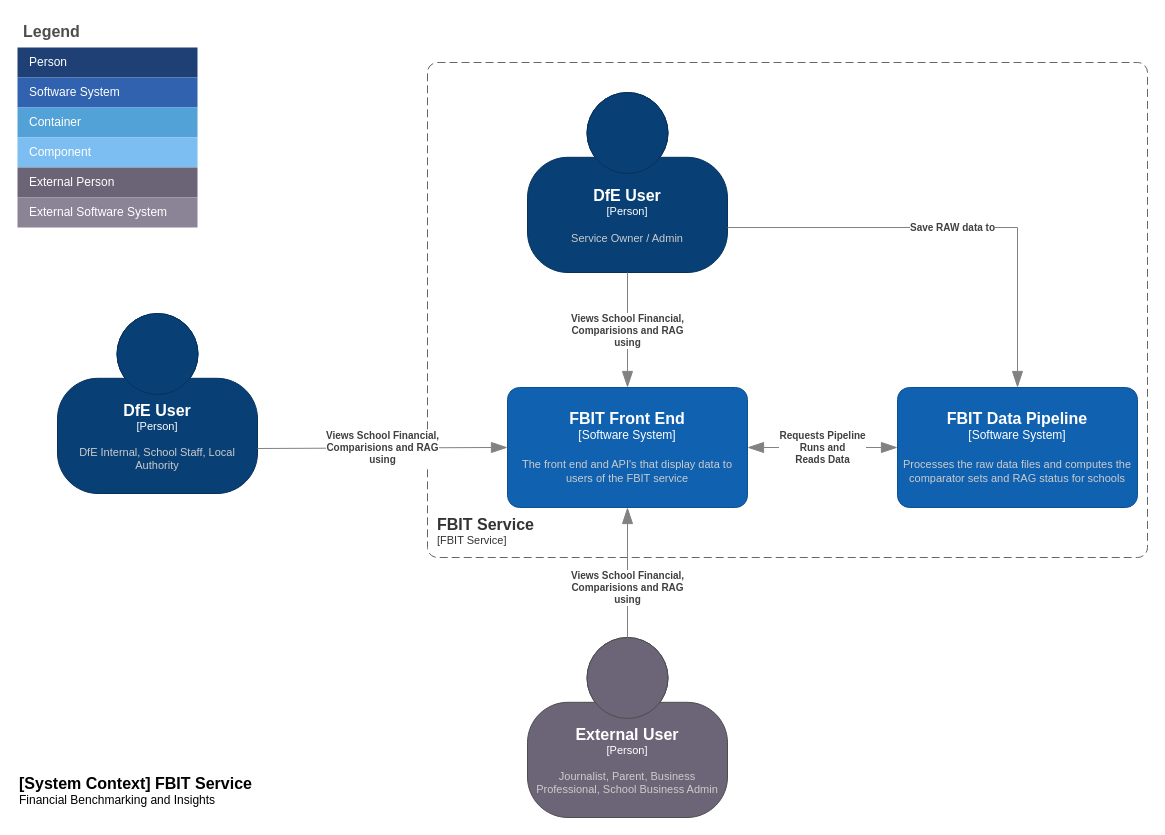
DFE-Digital/education-benchmarking-and-insights keeps this draw.io diagram as page "System Context" (2 of 14) of documentation/architecture/FBIT-Diagrams.drawio. Above is the earlier version. Source tidied: cells renumbered, new cells numbered last; positions are measured from the earlier drawing's top-left corner, leaving out a move shared by most shapes. Both pictures are drawn from the tidied source at 100%, with x=0, y=0 at pixel (17, 17).
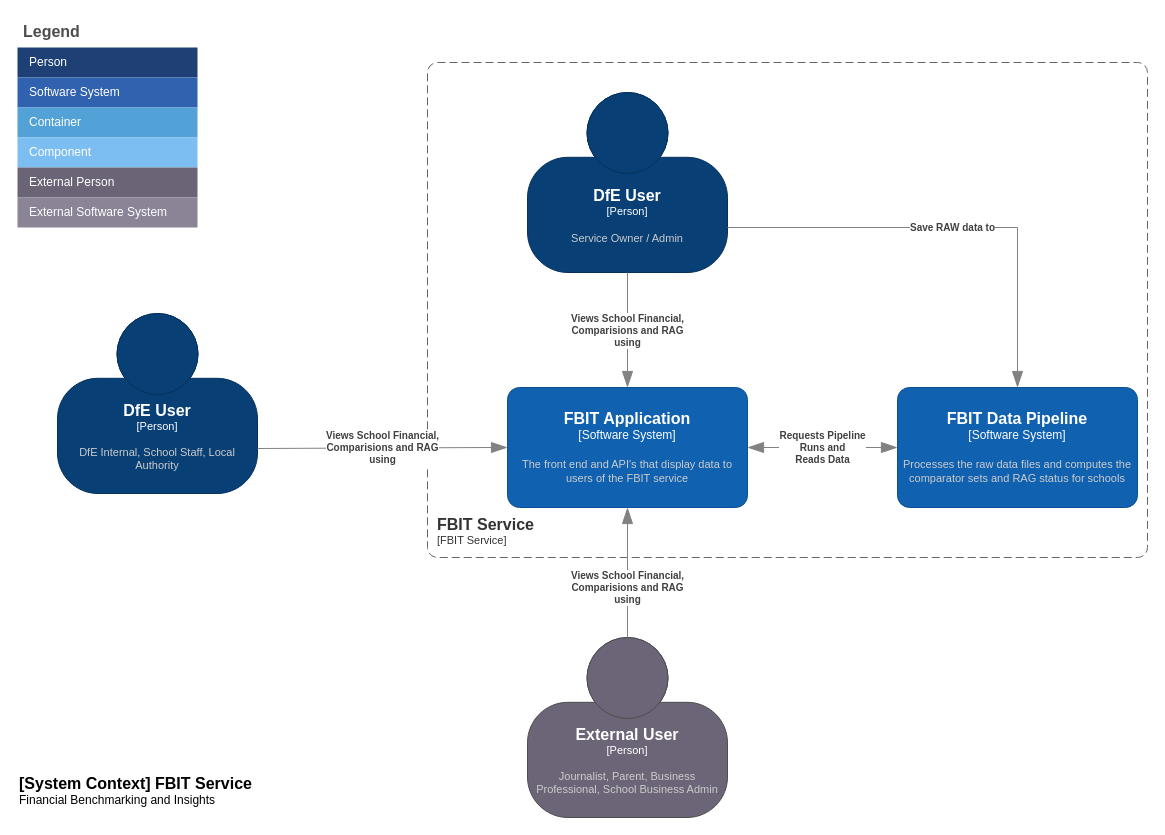
After the change.

Change to the diagram source:
```diff
@@
-    <object id="18" label="&lt;font style=&quot;font-size: 16px&quot;&gt;&lt;b&gt;%c4Name%&lt;/b&gt;&lt;/font&gt;&lt;div&gt;[%c4Type%]&lt;/div&gt;&lt;br&gt;&lt;div&gt;&lt;font style=&quot;font-size: 11px&quot;&gt;&lt;font color=&quot;#cccccc&quot;&gt;%c4Description%&lt;/font&gt;&lt;/div&gt;" c4Description="The front end and API's that display data to users of the FBIT service" c4Name="FBIT Front End" c4Type="Software System" placeholders="1">
+    <object id="18" label="&lt;font style=&quot;font-size: 16px&quot;&gt;&lt;b&gt;%c4Name%&lt;/b&gt;&lt;/font&gt;&lt;div&gt;[%c4Type%]&lt;/div&gt;&lt;br&gt;&lt;div&gt;&lt;font style=&quot;font-size: 11px&quot;&gt;&lt;font color=&quot;#cccccc&quot;&gt;%c4Description%&lt;/font&gt;&lt;/div&gt;" c4Description="The front end and API's that display data to users of the FBIT service" c4Name="FBIT Application" c4Type="Software System" placeholders="1">
       <mxCell style="rounded=1;whiteSpace=wrap;html=1;labelBackgroundColor=none;fillColor=#1061B0;fontColor=#ffffff;align=center;arcSize=10;strokeColor=#0D5091;points=[[0.25,0,0],[0.5,0,0],[0.75,0,0],[1,0.25,0],[1,0.5,0],[1,0.75,0],[0.75,1,0],[0.5,1,0],[0.25,1,0],[0,0.75,0],[0,0.5,0],[0,0.25,0]];" parent="1" vertex="1">
         <mxGeometry x="490" y="370" width="240" height="120" as="geometry" />
       </mxCell>
     </object>
```
